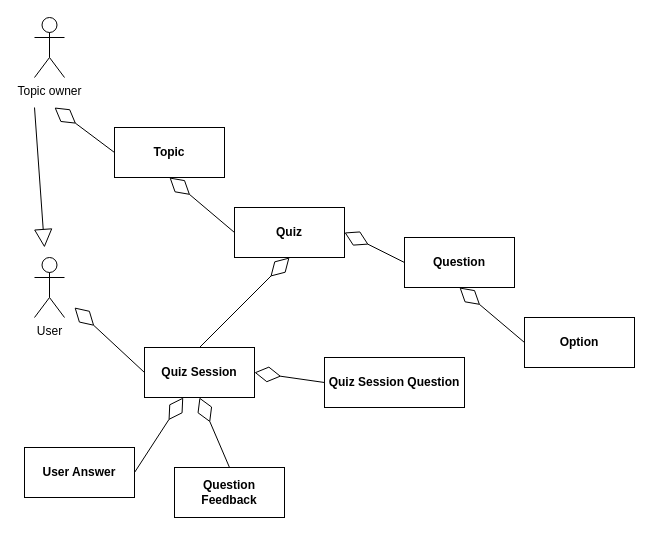
piatrashkakanstantinass/psi2 keeps this draw.io diagram as lab3diags/domain.drawio. Above is the earlier version. Source tidied: cells renumbered, new cells numbered last; positions are measured from the earlier drawing's top-left corner, leaving out a move shared by most shapes. Both pictures are drawn from the tidied source at 100%, with x=0, y=0 at pixel (24, 17).
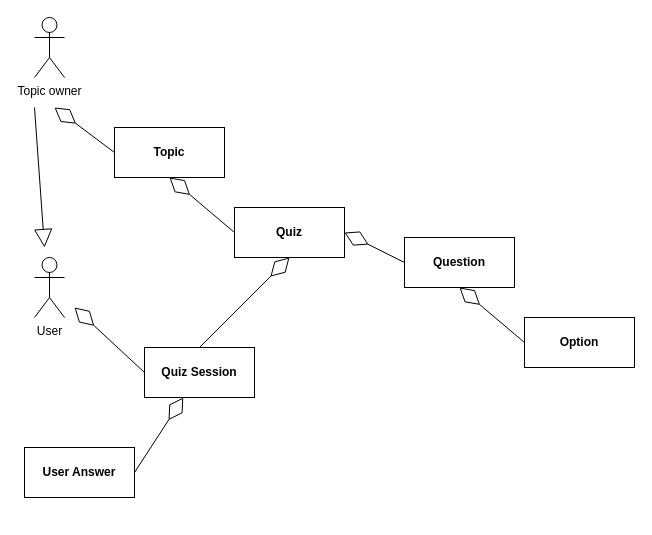
The same page after the edit.

Commit message (it also covers changes not shown here):
finalize use cases

The change refers to these unchanged cells:
```xml
<mxCell id="11" value="&lt;b&gt;Quiz Session&lt;/b&gt;" style="html=1;whiteSpace=wrap;" parent="1" vertex="1">
  <mxGeometry x="120" y="330" width="110" height="50" as="geometry" />
</mxCell>
```

What changed in the source:
```diff
@@
-    <mxCell id="5" value="&lt;b&gt;Question Feedback&lt;/b&gt;" style="html=1;whiteSpace=wrap;" parent="1" vertex="1">
-      <mxGeometry x="150" y="450" width="110" height="50" as="geometry" />
-    </mxCell>
@@
-    <mxCell id="13" style="endArrow=diamondThin;endFill=0;endSize=24;html=1;rounded=0;entryX=0.5;entryY=1;entryDx=0;entryDy=0;exitX=0.5;exitY=0;exitDx=0;exitDy=0;" parent="1" edge="1" source="5" target="11">
-      <mxGeometry relative="1" as="geometry" />
-    </mxCell>
@@
-    <mxCell id="17" value="&lt;b&gt;Quiz Session Question&lt;/b&gt;" style="html=1;whiteSpace=wrap;" parent="1" vertex="1">
-      <mxGeometry x="300" y="340" width="140" height="50" as="geometry" />
-    </mxCell>
-    <mxCell id="18" style="endArrow=diamondThin;endFill=0;endSize=24;html=1;rounded=0;entryX=1;entryY=0.5;entryDx=0;entryDy=0;exitX=0;exitY=0.5;exitDx=0;exitDy=0;" parent="1" edge="1" source="17" target="11">
-      <mxGeometry relative="1" as="geometry" />
-    </mxCell>
```
